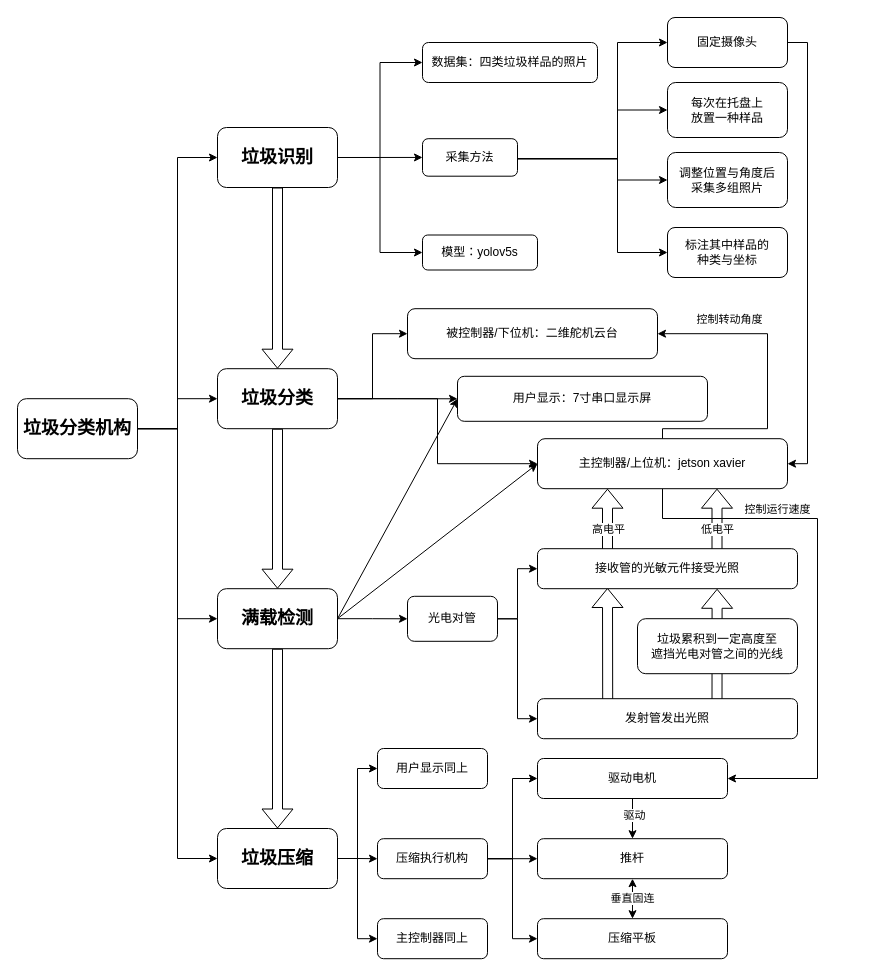
Before: rubbish.drawio in asandstar/ArduinoBalanceCar, a draw.io diagram. Source tidied: cells renumbered, new cells numbered last; positions are measured from the earlier drawing's top-left corner, leaving out a move shared by most shapes. Both pictures are drawn from the tidied source at 100%, with x=0, y=0 at pixel (17, 17).
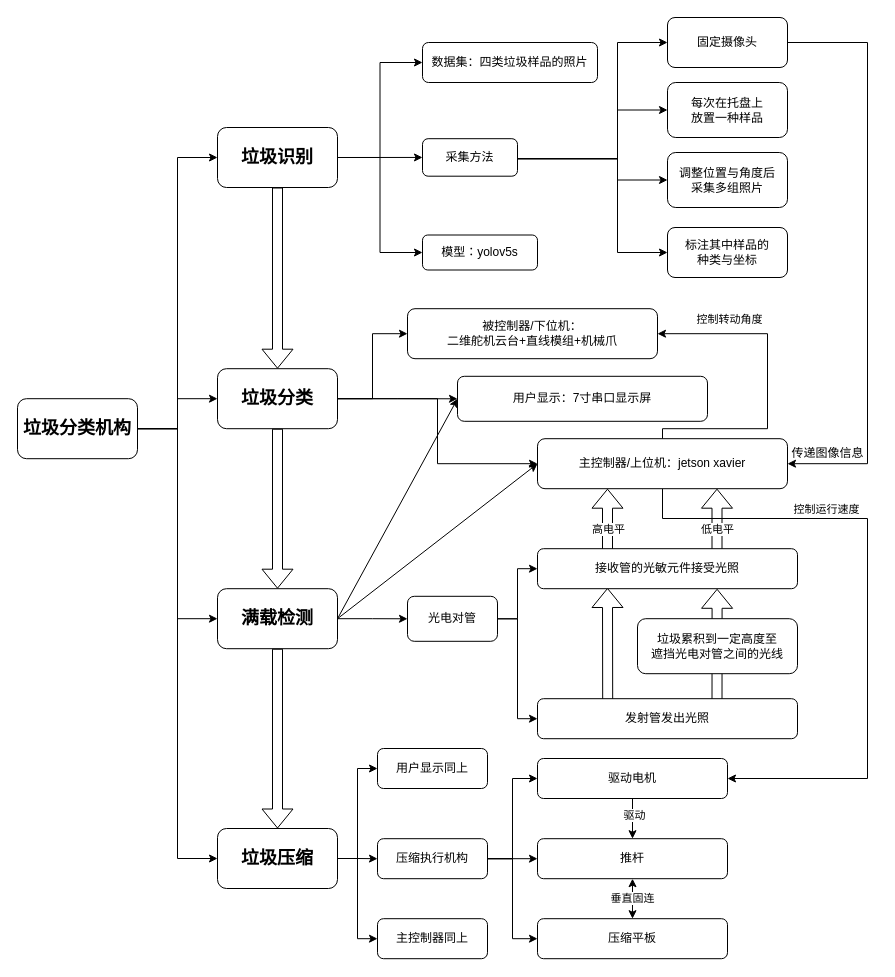
The same diagram, later.

Unchanged cells that the change refers to:
```xml
<mxCell id="32" value="固定摄像头" style="rounded=1;whiteSpace=wrap;html=1;" parent="1" vertex="1">
  <mxGeometry x="650" width="120" height="50" as="geometry" />
</mxCell>
<mxCell id="40" value="主控制器/上位机：jetson xavier" style="rounded=1;whiteSpace=wrap;html=1;" parent="1" vertex="1">
  <mxGeometry x="520" y="421.2" width="250" height="50" as="geometry" />
</mxCell>
<mxCell id="63" value="驱动电机" style="rounded=1;whiteSpace=wrap;html=1;" parent="1" vertex="1">
  <mxGeometry x="520" y="741" width="190" height="40" as="geometry" />
</mxCell>
```

Diff of the diagram source:
```diff
@@
     <mxCell id="31" style="edgeStyle=orthogonalEdgeStyle;rounded=0;jettySize=auto;html=1;exitX=1;exitY=0.5;exitDx=0;exitDy=0;entryX=1;entryY=0.5;entryDx=0;entryDy=0;" parent="1" edge="1" source="32" target="40">
       <mxGeometry relative="1" as="geometry">
         <Array as="points">
-          <mxPoint x="790" y="25.2" />
-          <mxPoint x="790" y="446.2" />
+          <mxPoint x="850" y="25" />
+          <mxPoint x="850" y="446" />
         </Array>
       </mxGeometry>
     </mxCell>
@@
     <mxCell id="38" style="edgeStyle=orthogonalEdgeStyle;rounded=0;jettySize=auto;html=1;exitX=0.5;exitY=1;exitDx=0;exitDy=0;entryX=1;entryY=0.5;entryDx=0;entryDy=0;" parent="1" edge="1" source="40" target="63">
       <mxGeometry relative="1" as="geometry">
         <Array as="points">
           <mxPoint x="645" y="501" />
-          <mxPoint x="800" y="501" />
-          <mxPoint x="800" y="761" />
+          <mxPoint x="850" y="501" />
+          <mxPoint x="850" y="761" />
         </Array>
       </mxGeometry>
     </mxCell>
     <mxCell id="39" value="控制运行速度" style="edgeLabel;html=1;align=center;verticalAlign=middle;" parent="38" vertex="1">
       <mxGeometry x="-0.58" y="1" relative="1" as="geometry">
-        <mxPoint x="32" y="-9" as="offset" />
+        <mxPoint x="60" y="-9" as="offset" />
       </mxGeometry>
     </mxCell>
@@
-    <mxCell id="41" value="被控制器/下位机：二维舵机云台" style="rounded=1;whiteSpace=wrap;html=1;" parent="1" vertex="1">
+    <mxCell id="41" value="被控制器/下位机：&lt;br&gt;二维舵机云台+直线模组+机械爪" style="rounded=1;whiteSpace=wrap;html=1;" parent="1" vertex="1">
       <mxGeometry x="390" y="291.2" width="250" height="50" as="geometry" />
     </mxCell>
@@
+    <mxCell id="71" value="传递图像信息" style="text;html=1;align=center;verticalAlign=middle;strokeColor=none;fillColor=none;" parent="1" vertex="1">
+      <mxGeometry x="760" y="421" width="100" height="30" as="geometry" />
+    </mxCell>
```
